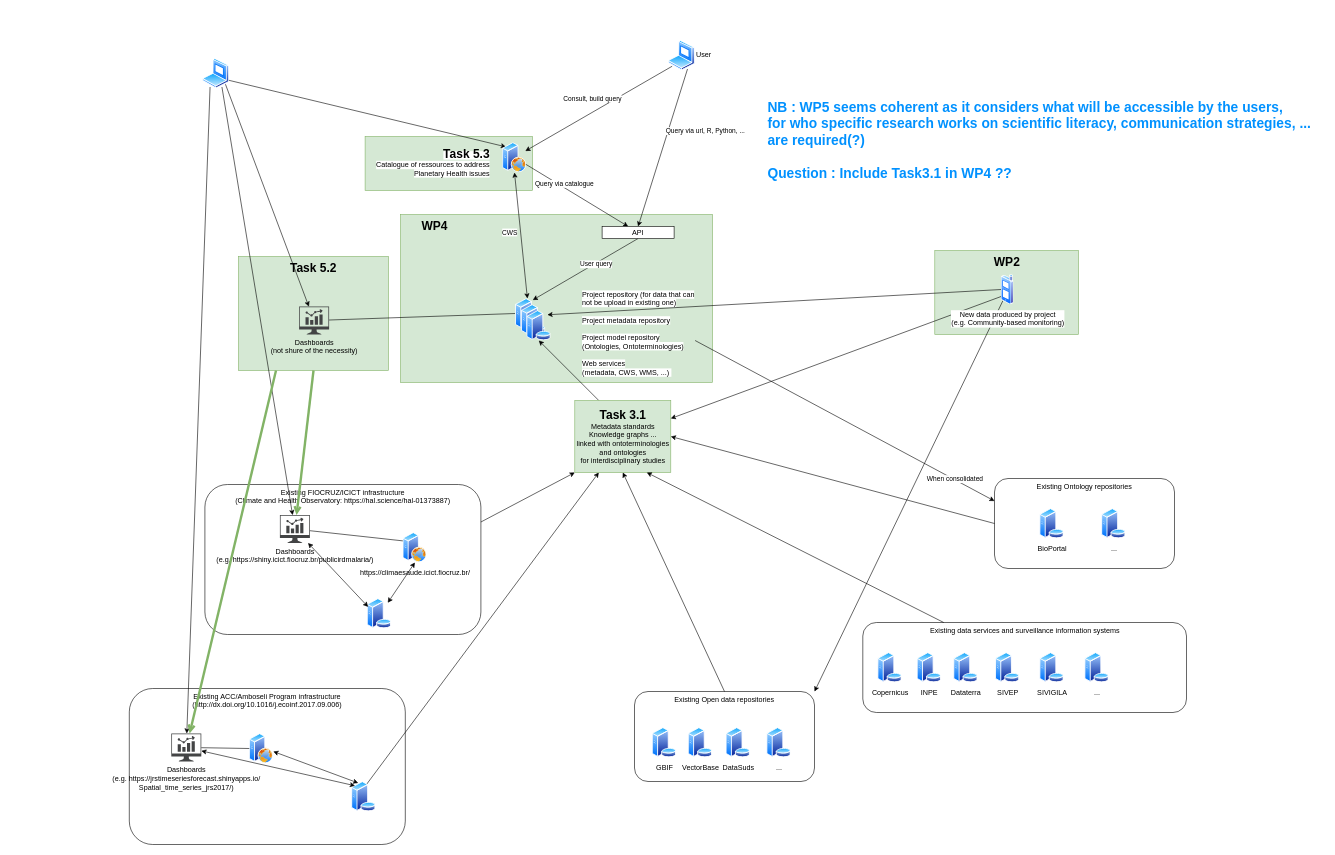
EmmanuelRouxIRD/Horizon_Planetary_Health keeps this draw.io diagram as archi_horizon.drawio. Above is the earlier version. Source tidied: cells renumbered, new cells numbered last; positions are measured from the earlier drawing's top-left corner, leaving out a move shared by most shapes. Both pictures are drawn from the tidied source at 60%, with x=0, y=0 at pixel (129, 40).
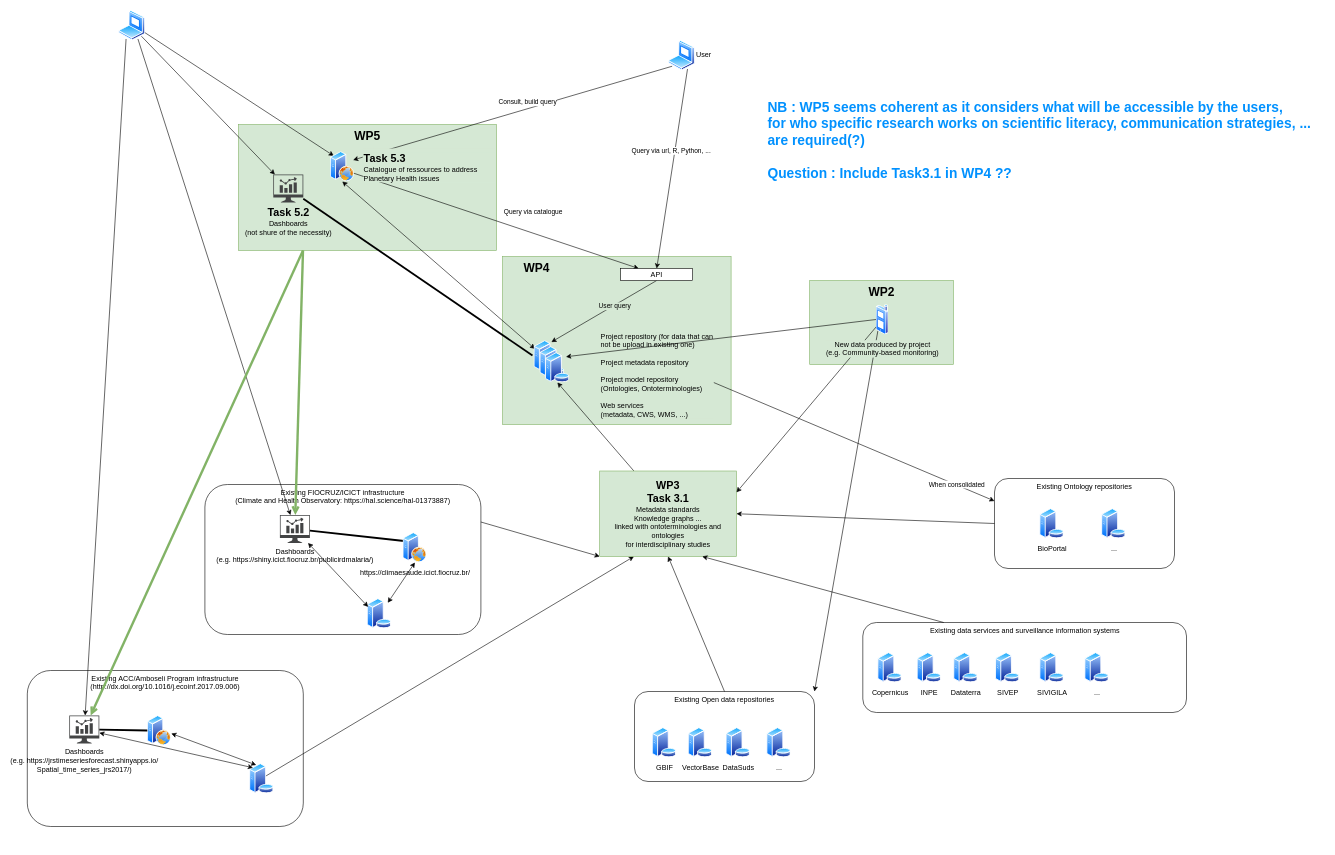
The same page after the edit.

Commit message (it also covers changes not shown here):
Mettre à jour archi_horizon.drawio

The change refers to these unchanged cells:
```xml
<mxCell id="6" style="edgeStyle=none;rounded=0;jettySize=auto;html=1;exitX=0.75;exitY=1;exitDx=0;exitDy=0;entryX=0.5;entryY=1;entryDx=0;entryDy=0;" parent="1" edge="1" source="8" target="23">
  <mxGeometry relative="1" as="geometry" />
</mxCell>
<mxCell id="14" style="edgeStyle=none;rounded=0;jettySize=auto;html=1;exitX=1;exitY=0.75;exitDx=0;exitDy=0;" parent="1" edge="1" source="16" target="23">
  <mxGeometry relative="1" as="geometry" />
</mxCell>
<mxCell id="21" style="edgeStyle=none;rounded=0;jettySize=auto;html=1;exitX=0.5;exitY=0;exitDx=0;exitDy=0;entryX=0.75;entryY=0;entryDx=0;entryDy=0;" parent="1" edge="1" source="23" target="39">
  <mxGeometry relative="1" as="geometry" />
</mxCell>
<mxCell id="31" value="https://climaesaude.icict.fiocruz.br/" style="image;perimeter=ellipsePerimeter;html=1;align=center;shadow=0;dashed=0;spacingTop=3;image=img/lib/active_directory/web_server.svg;" parent="1" vertex="1">
  <mxGeometry x="456" y="820" width="40" height="50" as="geometry" />
</mxCell>
<mxCell id="46" value="Dashboards&lt;br&gt;(e.g.&amp;nbsp;https://shiny.icict.fiocruz.br/publicirdmalaria/)" style="sketch=0;shadow=0;dashed=0;html=1;strokeColor=none;fillColor=#434445;labelPosition=center;verticalLabelPosition=bottom;verticalAlign=top;align=center;outlineConnect=0;shape=mxgraph.vvd.nsx_dashboard;" parent="1" vertex="1">
  <mxGeometry x="251" y="791" width="50" height="46.5" as="geometry" />
</mxCell>
```

The edit, as a diff of the source:
```diff
@@
-    <mxCell id="2" value="&lt;b style=&quot;border-color: var(--border-color); font-size: 20px;&quot;&gt;Task 5.2&lt;br style=&quot;border-color: var(--border-color);&quot;&gt;&lt;/b&gt;" style="rounded=0;whiteSpace=wrap;html=1;fillColor=#d5e8d4;strokeColor=#82b366;verticalAlign=top;" parent="1" vertex="1">
-      <mxGeometry x="182" y="360" width="250" height="190" as="geometry" />
+    <mxCell id="2" value="&lt;b style=&quot;border-color: var(--border-color); font-size: 20px;&quot;&gt;WP5&lt;br style=&quot;border-color: var(--border-color);&quot;&gt;&lt;/b&gt;" style="rounded=0;whiteSpace=wrap;html=1;fillColor=#d5e8d4;strokeColor=#82b366;verticalAlign=top;" parent="1" vertex="1">
+      <mxGeometry x="182" y="140" width="430" height="210" as="geometry" />
     </mxCell>
     <mxCell id="3" value="&lt;div style=&quot;&quot;&gt;&lt;b style=&quot;font-size: 20px; background-color: initial;&quot;&gt;WP2&lt;/b&gt;&lt;/div&gt;" style="rounded=0;whiteSpace=wrap;html=1;fillColor=#d5e8d4;strokeColor=#82b366;align=center;verticalAlign=top;" parent="1" vertex="1">
-      <mxGeometry x="1342.5" y="350" width="239.5" height="140" as="geometry" />
+      <mxGeometry x="1134" y="400" width="239.5" height="140" as="geometry" />
     </mxCell>
-    <mxCell id="4" style="rounded=0;whiteSpace=wrap;html=1;fillColor=#d5e8d4;strokeColor=#82b366;" parent="1" vertex="1">
-      <mxGeometry x="393" y="160" width="279" height="90" as="geometry" />
-    </mxCell>
     <mxCell id="5" value="&lt;b&gt;&lt;font style=&quot;font-size: 20px;&quot;&gt;&amp;nbsp; &amp;nbsp; &amp;nbsp; WP4&lt;/font&gt;&lt;/b&gt;" style="rounded=0;whiteSpace=wrap;html=1;fillColor=#d5e8d4;verticalAlign=top;align=left;strokeColor=#82b366;" parent="1" vertex="1">
-      <mxGeometry x="452" y="290" width="520" height="280" as="geometry" />
+      <mxGeometry x="622" y="360" width="381" height="280" as="geometry" />
     </mxCell>
@@
     <mxCell id="7" value="Query via url, R, Python, ..." style="edgeLabel;html=1;align=center;verticalAlign=middle;" parent="6" vertex="1">
       <mxGeometry x="-0.19" y="1" relative="1" as="geometry">
-        <mxPoint x="61" y="-3" as="offset" />
+        <mxPoint x="-8" y="1" as="offset" />
       </mxGeometry>
     </mxCell>
@@
-    <mxCell id="9" style="edgeStyle=none;rounded=0;jettySize=auto;html=1;exitX=0.5;exitY=0;exitDx=0;exitDy=0;entryX=0.5;entryY=1;entryDx=0;entryDy=0;startArrow=classic;startFill=1;" parent="1" edge="1" source="39" target="16">
+    <mxCell id="9" style="edgeStyle=none;rounded=0;jettySize=auto;html=1;exitX=0;exitY=0.25;exitDx=0;exitDy=0;entryX=0.5;entryY=1;entryDx=0;entryDy=0;startArrow=classic;startFill=1;" parent="1" edge="1" source="39" target="16">
       <mxGeometry relative="1" as="geometry" />
     </mxCell>
-    <mxCell id="10" value="CWS" style="edgeLabel;html=1;align=center;verticalAlign=middle;" parent="9" vertex="1">
-      <mxGeometry x="-0.51" relative="1" as="geometry">
-        <mxPoint x="-25" y="-59" as="offset" />
-      </mxGeometry>
-    </mxCell>
@@
     <mxCell id="15" value="Query via catalogue" style="edgeLabel;html=1;align=center;verticalAlign=middle;" parent="14" vertex="1">
       <mxGeometry x="-0.55" y="2" relative="1" as="geometry">
-        <mxPoint x="25" y="11" as="offset" />
+        <mxPoint x="192" y="31" as="offset" />
       </mxGeometry>
     </mxCell>
     <mxCell id="16" style="image;perimeter=ellipsePerimeter;html=1;align=center;shadow=0;dashed=0;spacingTop=3;image=img/lib/active_directory/web_server.svg;" parent="1" vertex="1">
-      <mxGeometry x="622" y="170" width="40" height="50" as="geometry" />
+      <mxGeometry x="335" y="185" width="40" height="50" as="geometry" />
     </mxCell>
@@
     <mxCell id="20" style="image;perimeter=ellipsePerimeter;html=1;align=center;shadow=0;dashed=0;spacingTop=3;image=img/lib/active_directory/laptop_client.svg;" parent="1" vertex="1">
-      <mxGeometry x="122" y="30" width="45" height="50" as="geometry" />
+      <mxGeometry x="-18" y="-50" width="45" height="50" as="geometry" />
     </mxCell>
@@
-    <mxCell id="22" value="User query" style="edgeLabel;html=1;align=center;verticalAlign=middle;" parent="21" vertex="1">
+    <mxCell id="22" value="User query" style="edgeLabel;html=1;align=center;verticalAlign=middle;labelBackgroundColor=#D5E8D4;" parent="21" vertex="1">
       <mxGeometry x="-0.19" y="1" relative="1" as="geometry" />
     </mxCell>
     <mxCell id="23" value="API" style="rounded=0;whiteSpace=wrap;html=1;rotation=0;direction=west;" parent="1" vertex="1">
-      <mxGeometry x="788" y="310" width="120" height="20" as="geometry" />
+      <mxGeometry x="819" y="380" width="120" height="20" as="geometry" />
     </mxCell>
-    <mxCell id="24" value="&lt;span style=&quot;color: rgb(0, 0, 0); font-family: Helvetica; font-style: normal; font-variant-ligatures: normal; font-variant-caps: normal; letter-spacing: normal; orphans: 2; text-indent: 0px; text-transform: none; widows: 2; word-spacing: 0px; -webkit-text-stroke-width: 0px; background-color: rgb(255, 255, 255); text-decoration-thickness: initial; text-decoration-style: initial; text-decoration-color: initial; float: none; display: inline !important;&quot;&gt;&lt;b style=&quot;font-size: 20px;&quot;&gt;Task 5.3&lt;br&gt;&lt;/b&gt;&lt;font style=&quot;font-size: 12px;&quot;&gt;Catalogue of ressources to address Planetary Health issues&lt;/font&gt;&lt;/span&gt;" style="text;whiteSpace=wrap;html=1;align=right;" parent="1" vertex="1">
-      <mxGeometry x="382" y="170" width="221" height="40" as="geometry" />
+    <mxCell id="24" value="&lt;span style=&quot;color: rgb(0, 0, 0); font-family: Helvetica; font-style: normal; font-variant-ligatures: normal; font-variant-caps: normal; letter-spacing: normal; orphans: 2; text-indent: 0px; text-transform: none; widows: 2; word-spacing: 0px; -webkit-text-stroke-width: 0px; text-decoration-thickness: initial; text-decoration-style: initial; text-decoration-color: initial; float: none; display: inline !important;&quot;&gt;&lt;b style=&quot;&quot;&gt;&lt;font style=&quot;font-size: 18px;&quot;&gt;Task 5.3&lt;/font&gt;&lt;br&gt;&lt;/b&gt;&lt;font style=&quot;font-size: 12px;&quot;&gt;Catalogue of ressources to address Planetary Health issues&lt;/font&gt;&lt;/span&gt;" style="text;whiteSpace=wrap;html=1;align=left;labelBackgroundColor=#D5E8D4;fillColor=#D5E8D4;strokeColor=none;" parent="1" vertex="1">
+      <mxGeometry x="389" y="180" width="221" height="40" as="geometry" />
     </mxCell>
@@
-    <mxCell id="27" value="&lt;span style=&quot;color: rgb(0, 0, 0); font-family: Helvetica; font-size: 12px; font-style: normal; font-variant-ligatures: normal; font-variant-caps: normal; font-weight: 400; letter-spacing: normal; orphans: 2; text-indent: 0px; text-transform: none; widows: 2; word-spacing: 0px; -webkit-text-stroke-width: 0px; background-color: rgb(255, 255, 255); text-decoration-thickness: initial; text-decoration-style: initial; text-decoration-color: initial; float: none; display: inline !important;&quot;&gt;Project repository (for data that can not be upload in existing one)&lt;br&gt;&lt;br&gt;Project metadata repository&lt;br&gt;&lt;br&gt;Project model repository (Ontologies, Ontoterminologies)&lt;br&gt;&lt;br&gt;Web services&lt;br&gt;(metadata, CWS, WMS, ...)&amp;nbsp;&lt;br&gt;&lt;/span&gt;" style="text;whiteSpace=wrap;html=1;align=left;" parent="1" vertex="1">
-      <mxGeometry x="753" y="410" width="190" height="90" as="geometry" />
+    <mxCell id="27" value="&lt;span style=&quot;color: rgb(0, 0, 0); font-family: Helvetica; font-size: 12px; font-style: normal; font-variant-ligatures: normal; font-variant-caps: normal; font-weight: 400; letter-spacing: normal; orphans: 2; text-indent: 0px; text-transform: none; widows: 2; word-spacing: 0px; -webkit-text-stroke-width: 0px; text-decoration-thickness: initial; text-decoration-style: initial; text-decoration-color: initial; float: none; display: inline !important;&quot;&gt;Project repository (for data that can not be upload in existing one)&lt;br&gt;&lt;br&gt;Project metadata repository&lt;br&gt;&lt;br&gt;Project model repository (Ontologies, Ontoterminologies)&lt;br&gt;&lt;br&gt;Web services&lt;br&gt;(metadata, CWS, WMS, ...)&amp;nbsp;&lt;br&gt;&lt;/span&gt;" style="text;whiteSpace=wrap;html=1;align=left;labelBackgroundColor=#D5E8D4;" parent="1" vertex="1">
+      <mxGeometry x="784" y="480" width="190" height="90" as="geometry" />
     </mxCell>
@@
-    <mxCell id="30" style="edgeStyle=none;rounded=0;jettySize=auto;html=1;exitX=0;exitY=0.25;exitDx=0;exitDy=0;startArrow=none;startFill=0;endArrow=none;endFill=0;" parent="1" edge="1" source="31" target="46">
+    <mxCell id="30" style="edgeStyle=none;rounded=0;jettySize=auto;html=1;exitX=0;exitY=0.25;exitDx=0;exitDy=0;startArrow=none;startFill=0;endArrow=none;endFill=0;strokeWidth=3;" parent="1" edge="1" source="31" target="46">
       <mxGeometry relative="1" as="geometry" />
     </mxCell>
@@
     <mxCell id="33" value="Existing ACC/Amboseli Program infrastructure&lt;br&gt;(http://dx.doi.org/10.1016/j.ecoinf.2017.09.006)" style="rounded=1;whiteSpace=wrap;html=1;fillColor=none;verticalAlign=top;align=center;" parent="1" vertex="1">
-      <mxGeometry y="1080" width="460" height="260" as="geometry" />
+      <mxGeometry x="-170" y="1050" width="460" height="260" as="geometry" />
     </mxCell>
     <mxCell id="34" style="image;perimeter=ellipsePerimeter;html=1;align=center;shadow=0;dashed=0;spacingTop=3;image=img/lib/active_directory/web_server.svg;" parent="1" vertex="1">
-      <mxGeometry x="200" y="1155" width="40" height="50" as="geometry" />
+      <mxGeometry x="30" y="1125" width="40" height="50" as="geometry" />
     </mxCell>
     <mxCell id="35" style="rounded=0;jettySize=auto;html=1;exitX=0.25;exitY=0;exitDx=0;exitDy=0;startArrow=classic;startFill=1;" parent="1" edge="1" source="42">
       <mxGeometry relative="1" as="geometry">
-        <mxPoint x="240" y="1185" as="targetPoint" />
+        <mxPoint x="70" y="1155" as="targetPoint" />
       </mxGeometry>
     </mxCell>
@@
-    <mxCell id="38" style="edgeStyle=none;rounded=0;jettySize=auto;html=1;exitX=0;exitY=0.5;exitDx=0;exitDy=0;endArrow=none;endFill=0;" parent="1" edge="1" source="39" target="63">
-      <mxGeometry relative="1" as="geometry" />
+    <mxCell id="38" style="edgeStyle=none;rounded=0;jettySize=auto;html=1;endArrow=none;endFill=0;strokeWidth=3;" parent="1" edge="1" target="63">
+      <mxGeometry relative="1" as="geometry">
+        <mxPoint x="672" y="525" as="sourcePoint" />
+      </mxGeometry>
     </mxCell>
     <mxCell id="39" style="image;perimeter=ellipsePerimeter;html=1;align=center;shadow=0;dashed=0;spacingTop=3;image=img/lib/active_directory/database_server.svg;" parent="1" vertex="1">
-      <mxGeometry x="643" y="430" width="41" height="50" as="geometry" />
+      <mxGeometry x="674" y="500" width="41" height="50" as="geometry" />
     </mxCell>
@@
     <mxCell id="42" style="image;perimeter=ellipsePerimeter;html=1;align=center;shadow=0;dashed=0;spacingTop=3;image=img/lib/active_directory/database_server.svg;" parent="1" vertex="1">
-      <mxGeometry x="370" y="1235" width="41" height="50" as="geometry" />
+      <mxGeometry x="200" y="1205" width="41" height="50" as="geometry" />
     </mxCell>
@@
     <mxCell id="48" value="Dashboards&lt;br&gt;(e.g. https://jrstimeseriesforecast.shinyapps.io/&lt;br&gt;Spatial_time_series_jrs2017/)" style="sketch=0;shadow=0;dashed=0;html=1;strokeColor=none;fillColor=#434445;labelPosition=center;verticalLabelPosition=bottom;verticalAlign=top;align=center;outlineConnect=0;shape=mxgraph.vvd.nsx_dashboard;" parent="1" vertex="1">
-      <mxGeometry x="70" y="1155" width="50" height="46.5" as="geometry" />
+      <mxGeometry x="-100" y="1125" width="50" height="46.5" as="geometry" />
     </mxCell>
@@
-    <mxCell id="50" style="rounded=0;jettySize=auto;html=1;exitX=0;exitY=0.5;exitDx=0;exitDy=0;startArrow=none;startFill=0;endArrow=none;endFill=0;" parent="1" edge="1" source="34" target="48">
+    <mxCell id="50" style="rounded=0;jettySize=auto;html=1;exitX=0;exitY=0.5;exitDx=0;exitDy=0;startArrow=none;startFill=0;endArrow=none;endFill=0;strokeWidth=3;" parent="1" edge="1" source="34" target="48">
       <mxGeometry relative="1" as="geometry" />
     </mxCell>
     <mxCell id="51" style="image;perimeter=ellipsePerimeter;html=1;align=center;shadow=0;dashed=0;spacingTop=3;image=img/lib/active_directory/database_server.svg;" parent="1" vertex="1">
-      <mxGeometry x="653" y="440" width="41" height="50" as="geometry" />
+      <mxGeometry x="684" y="510" width="41" height="50" as="geometry" />
     </mxCell>
     <mxCell id="52" style="image;perimeter=ellipsePerimeter;html=1;align=center;shadow=0;dashed=0;spacingTop=3;image=img/lib/active_directory/database_server.svg;" parent="1" vertex="1">
-      <mxGeometry x="662" y="450" width="41" height="50" as="geometry" />
+      <mxGeometry x="693" y="520" width="41" height="50" as="geometry" />
     </mxCell>
@@
-    <mxCell id="54" value="&lt;font style=&quot;font-size: 20px;&quot;&gt;&lt;b&gt;Task 3.1&lt;br&gt;&lt;/b&gt;&lt;/font&gt;Metadata standards&lt;br&gt;Knowledge graphs ...&lt;br&gt;linked with ontoterminologies and ontologies&lt;br&gt;for interdisciplinary studies" style="rounded=0;whiteSpace=wrap;html=1;fillColor=#d5e8d4;strokeColor=#82b366;" parent="1" vertex="1">
-      <mxGeometry x="742.5" y="600" width="160" height="120" as="geometry" />
+    <mxCell id="54" value="&lt;font style=&quot;font-size: 18px;&quot;&gt;&lt;b&gt;WP3&lt;br&gt;Task 3.1&lt;br&gt;&lt;/b&gt;&lt;/font&gt;Metadata standards&lt;br&gt;Knowledge graphs ...&lt;br&gt;linked with ontoterminologies and ontologies&lt;br&gt;for interdisciplinary studies" style="rounded=0;whiteSpace=wrap;html=1;fillColor=#d5e8d4;strokeColor=#82b366;" parent="1" vertex="1">
+      <mxGeometry x="784" y="717.5" width="228" height="142.5" as="geometry" />
     </mxCell>
@@
-    <mxCell id="61" style="edgeStyle=none;rounded=0;jettySize=auto;html=1;exitX=0.5;exitY=1;exitDx=0;exitDy=0;fillColor=#d5e8d4;strokeColor=#82b366;endArrow=open;endFill=0;strokeWidth=4;" parent="1" edge="1" source="2" target="46">
+    <mxCell id="61" style="edgeStyle=none;rounded=0;jettySize=auto;html=1;exitX=0.25;exitY=1;exitDx=0;exitDy=0;fillColor=#d5e8d4;strokeColor=#82b366;endArrow=open;endFill=0;strokeWidth=4;" parent="1" edge="1" source="2" target="46">
       <mxGeometry relative="1" as="geometry" />
     </mxCell>
@@
-    <mxCell id="63" value="Dashboards&lt;br&gt;(not shure of the necessity)" style="sketch=0;shadow=0;dashed=0;html=1;strokeColor=none;fillColor=#434445;labelPosition=center;verticalLabelPosition=bottom;verticalAlign=top;align=center;outlineConnect=0;shape=mxgraph.vvd.nsx_dashboard;" parent="1" vertex="1">
-      <mxGeometry x="283" y="443.5" width="50" height="46.5" as="geometry" />
+    <mxCell id="63" value="&lt;font style=&quot;font-size: 18px;&quot;&gt;&lt;b&gt;Task 5.2&lt;br&gt;&lt;/b&gt;&lt;/font&gt;Dashboards&lt;br&gt;(not shure of the necessity)" style="sketch=0;shadow=0;dashed=0;html=1;strokeColor=none;fillColor=#434445;labelPosition=center;verticalLabelPosition=bottom;verticalAlign=top;align=center;outlineConnect=0;shape=mxgraph.vvd.nsx_dashboard;" parent="1" vertex="1">
+      <mxGeometry x="240" y="223.5" width="50" height="46.5" as="geometry" />
     </mxCell>
@@
-    <mxCell id="67" value="New data produced by project&lt;br&gt;(e.g. Community-based monitoring)" style="image;perimeter=ellipsePerimeter;html=1;align=center;shadow=0;dashed=0;spacingTop=3;image=img/lib/active_directory/cell_phone.svg;" parent="1" vertex="1">
-      <mxGeometry x="1453" y="390" width="21" height="50" as="geometry" />
+    <mxCell id="67" value="New data produced by project&lt;br&gt;(e.g. Community-based monitoring)" style="image;perimeter=ellipsePerimeter;html=1;align=center;shadow=0;dashed=0;spacingTop=3;image=img/lib/active_directory/cell_phone.svg;labelBackgroundColor=#D5E8D4;" parent="1" vertex="1">
+      <mxGeometry x="1244.5" y="440" width="21" height="50" as="geometry" />
     </mxCell>
@@
+    <mxCell id="77" style="edgeStyle=none;rounded=0;orthogonalLoop=1;jettySize=auto;html=1;exitX=1;exitY=1;exitDx=0;exitDy=0;" parent="1" edge="1" source="54" target="54">
+      <mxGeometry relative="1" as="geometry" />
+    </mxCell>
```
